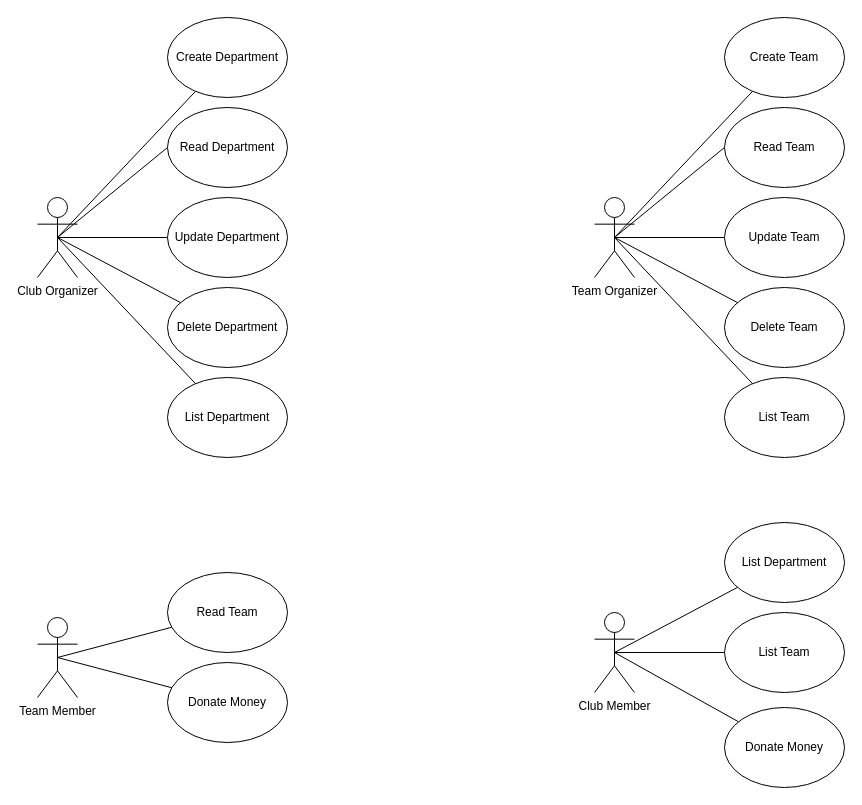
Before: Documentation/Diagrams/actors_VfM.drawio in MJ7898/VereinsfinanzManager, a draw.io diagram. Source tidied: cells renumbered, new cells numbered last; positions are measured from the earlier drawing's top-left corner, leaving out a move shared by most shapes. Both pictures are drawn from the tidied source at 100%, with x=0, y=0 at pixel (37, 17).
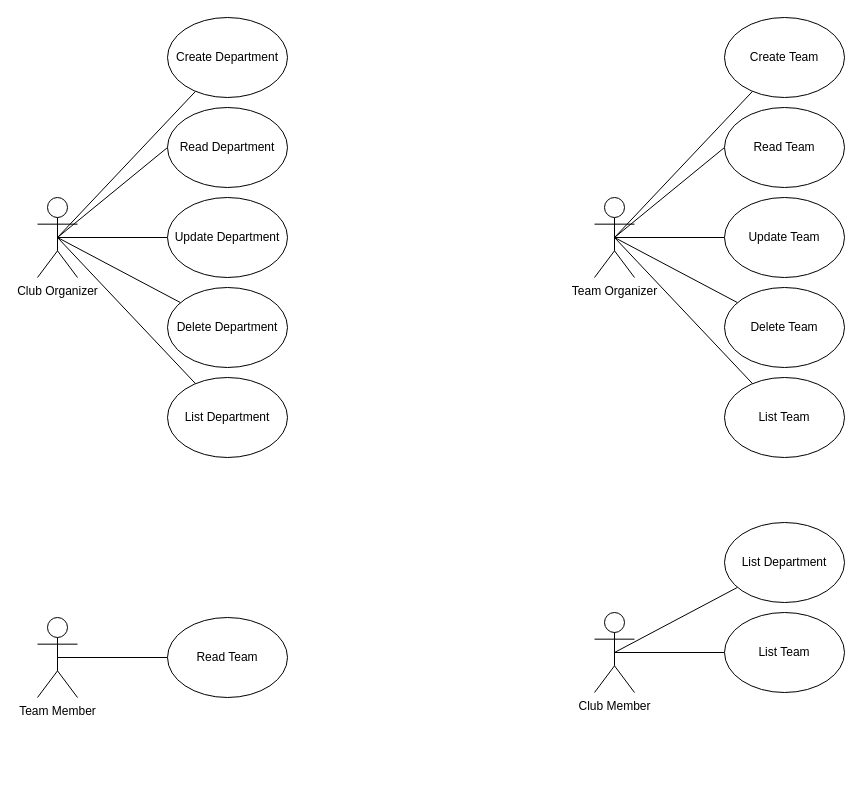
Above is the later version.

The change refers to these unchanged cells:
```xml
<mxCell id="24" value="Team Member" style="shape=umlActor;verticalLabelPosition=bottom;verticalAlign=top;html=1;outlineConnect=0;" parent="1" vertex="1">
  <mxGeometry y="600" width="40" height="80" as="geometry" />
</mxCell>
<mxCell id="27" value="Club Member" style="shape=umlActor;verticalLabelPosition=bottom;verticalAlign=top;html=1;outlineConnect=0;" parent="1" vertex="1">
  <mxGeometry x="557" y="595" width="40" height="80" as="geometry" />
</mxCell>
```

Diff of the diagram source:
```diff
@@
     <mxCell id="26" value="Read Team" style="ellipse;whiteSpace=wrap;html=1;" parent="1" vertex="1">
-      <mxGeometry x="130" y="555" width="120" height="80" as="geometry" />
+      <mxGeometry x="130" y="600" width="120" height="80" as="geometry" />
     </mxCell>
@@
-    <mxCell id="30" style="edgeStyle=none;rounded=0;jettySize=auto;html=1;entryX=0.5;entryY=0.5;entryDx=0;entryDy=0;entryPerimeter=0;endArrow=none;endFill=0;" parent="1" edge="1" source="31" target="27">
-      <mxGeometry relative="1" as="geometry" />
-    </mxCell>
-    <mxCell id="31" value="Donate Money" style="ellipse;whiteSpace=wrap;html=1;" parent="1" vertex="1">
-      <mxGeometry x="687" y="690" width="120" height="80" as="geometry" />
-    </mxCell>
@@
-    <mxCell id="34" style="edgeStyle=none;rounded=0;jettySize=auto;html=1;entryX=0.5;entryY=0.5;entryDx=0;entryDy=0;entryPerimeter=0;endArrow=none;endFill=0;" parent="1" edge="1" source="35" target="24">
-      <mxGeometry relative="1" as="geometry" />
-    </mxCell>
-    <mxCell id="35" value="Donate Money" style="ellipse;whiteSpace=wrap;html=1;" parent="1" vertex="1">
-      <mxGeometry x="130" y="645" width="120" height="80" as="geometry" />
-    </mxCell>
```
